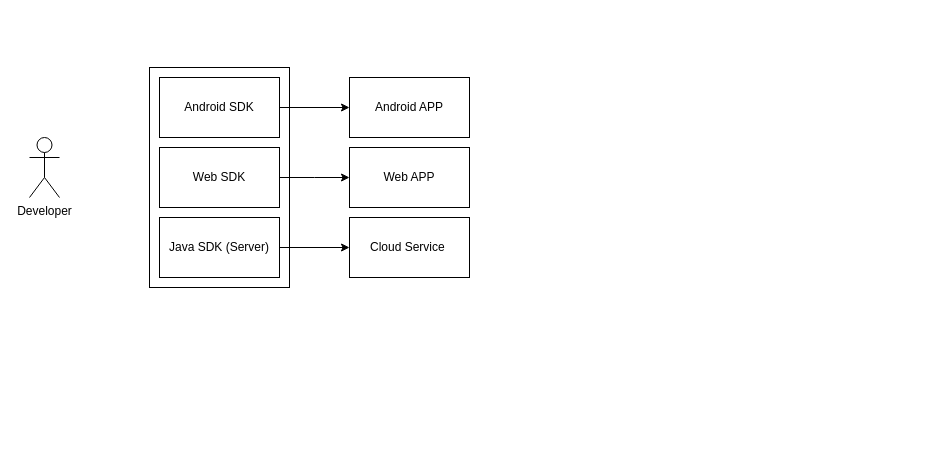
Above: 未命名绘图.drawio in luoyingwen/httptool (draw.io), before the change. Source tidied: cells renumbered, new cells numbered last; positions are measured from the earlier drawing's top-left corner, leaving out a move shared by most shapes. Both pictures are drawn from the tidied source at 100%, with x=0, y=0 at pixel (29, 67).
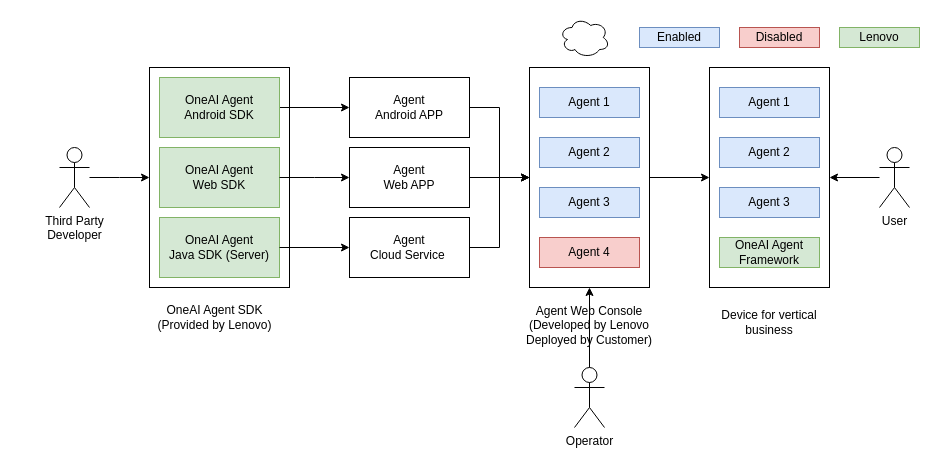
The same diagram, later.

Commit message (it also covers changes not shown here):
更新未命名绘图.drawio

The edit, as a diff of the source:
```diff
@@
+    <mxCell id="13" value="Operator" style="shape=umlActor;verticalLabelPosition=bottom;verticalAlign=top;html=1;outlineConnect=0;" parent="1" vertex="1">
+      <mxGeometry x="545" y="300" width="30" height="60" as="geometry" />
+    </mxCell>
@@
+    <mxCell id="14" style="edgeStyle=orthogonalEdgeStyle;rounded=0;jettySize=auto;html=1;" parent="1" edge="1" source="3">
+      <mxGeometry relative="1" as="geometry">
+        <mxPoint x="120" y="110" as="targetPoint" />
+      </mxGeometry>
+    </mxCell>
-    <mxCell id="3" value="Developer" style="shape=umlActor;verticalLabelPosition=bottom;verticalAlign=top;html=1;outlineConnect=0;" parent="1" vertex="1">
-      <mxGeometry y="70" width="30" height="60" as="geometry" />
+    <mxCell id="3" value="Third Party&lt;br&gt;Developer" style="shape=umlActor;verticalLabelPosition=bottom;verticalAlign=top;html=1;outlineConnect=0;" parent="1" vertex="1">
+      <mxGeometry x="30" y="80" width="30" height="60" as="geometry" />
     </mxCell>
@@
-    <mxCell id="5" value="Android SDK" style="rounded=0;whiteSpace=wrap;html=1;" parent="1" vertex="1">
+    <mxCell id="5" value="OneAI Agent&lt;div&gt;Android SDK&lt;/div&gt;" style="rounded=0;whiteSpace=wrap;html=1;fillColor=#d5e8d4;strokeColor=#82b366;" parent="1" vertex="1">
       <mxGeometry x="130" y="10" width="120" height="60" as="geometry" />
     </mxCell>
-    <mxCell id="6" value="Web SDK" style="rounded=0;whiteSpace=wrap;html=1;" parent="1" vertex="1">
+    <mxCell id="6" value="OneAI Agent&lt;br&gt;Web SDK" style="rounded=0;whiteSpace=wrap;html=1;fillColor=#d5e8d4;strokeColor=#82b366;" parent="1" vertex="1">
       <mxGeometry x="130" y="80" width="120" height="60" as="geometry" />
     </mxCell>
-    <mxCell id="7" value="Java SDK (Server)" style="rounded=0;whiteSpace=wrap;html=1;" parent="1" vertex="1">
+    <mxCell id="7" value="&lt;div&gt;OneAI Agent&lt;/div&gt;Java SDK (Server)" style="rounded=0;whiteSpace=wrap;html=1;fillColor=#d5e8d4;strokeColor=#82b366;" parent="1" vertex="1">
       <mxGeometry x="130" y="150" width="120" height="60" as="geometry" />
     </mxCell>
+    <mxCell id="15" style="edgeStyle=orthogonalEdgeStyle;rounded=0;jettySize=auto;html=1;" parent="1" edge="1" source="8" target="20">
+      <mxGeometry relative="1" as="geometry" />
+    </mxCell>
-    <mxCell id="8" value="Android APP" style="rounded=0;whiteSpace=wrap;html=1;" parent="1" vertex="1">
+    <mxCell id="8" value="Agent&lt;div&gt;Android APP&lt;/div&gt;" style="rounded=0;whiteSpace=wrap;html=1;" parent="1" vertex="1">
       <mxGeometry x="320" y="10" width="120" height="60" as="geometry" />
     </mxCell>
+    <mxCell id="16" style="edgeStyle=orthogonalEdgeStyle;rounded=0;jettySize=auto;html=1;" parent="1" edge="1" source="9" target="20">
+      <mxGeometry relative="1" as="geometry" />
+    </mxCell>
-    <mxCell id="9" value="Web APP" style="rounded=0;whiteSpace=wrap;html=1;" parent="1" vertex="1">
+    <mxCell id="9" value="&lt;div&gt;Agent&lt;/div&gt;Web APP" style="rounded=0;whiteSpace=wrap;html=1;" parent="1" vertex="1">
       <mxGeometry x="320" y="80" width="120" height="60" as="geometry" />
     </mxCell>
+    <mxCell id="17" style="edgeStyle=orthogonalEdgeStyle;rounded=0;jettySize=auto;html=1;" parent="1" edge="1" source="10" target="20">
+      <mxGeometry relative="1" as="geometry" />
+    </mxCell>
-    <mxCell id="10" value="Cloud Service&amp;nbsp;" style="rounded=0;whiteSpace=wrap;html=1;" parent="1" vertex="1">
+    <mxCell id="10" value="&lt;div&gt;Agent&lt;/div&gt;Cloud Service&amp;nbsp;" style="rounded=0;whiteSpace=wrap;html=1;" parent="1" vertex="1">
       <mxGeometry x="320" y="150" width="120" height="60" as="geometry" />
     </mxCell>
@@
+    <mxCell id="18" value="OneAI Agent SDK&lt;div&gt;(Provided by Lenovo)&lt;/div&gt;" style="text;html=1;align=center;verticalAlign=middle;whiteSpace=wrap;rounded=0;" parent="1" vertex="1">
+      <mxGeometry x="120" y="230" width="131" height="40" as="geometry" />
+    </mxCell>
+    <mxCell id="19" style="edgeStyle=orthogonalEdgeStyle;rounded=0;jettySize=auto;html=1;" parent="1" edge="1" source="20" target="22">
+      <mxGeometry relative="1" as="geometry" />
+    </mxCell>
+    <mxCell id="20" style="rounded=0;whiteSpace=wrap;html=1;" parent="1" vertex="1">
+      <mxGeometry x="500" width="120" height="220" as="geometry" />
+    </mxCell>
+    <mxCell id="21" value="Agent Web Console&lt;div&gt;(Developed by Lenovo&lt;/div&gt;&lt;div&gt;Deployed by Customer)&lt;/div&gt;" style="text;html=1;align=center;verticalAlign=middle;whiteSpace=wrap;rounded=0;" parent="1" vertex="1">
+      <mxGeometry x="490" y="230" width="140" height="55" as="geometry" />
+    </mxCell>
+    <mxCell id="22" style="rounded=0;whiteSpace=wrap;html=1;" parent="1" vertex="1">
+      <mxGeometry x="680" width="120" height="220" as="geometry" />
+    </mxCell>
+    <mxCell id="23" value="Agent 1" style="rounded=0;whiteSpace=wrap;html=1;fillColor=#dae8fc;strokeColor=#6c8ebf;" parent="1" vertex="1">
+      <mxGeometry x="510" y="20" width="100" height="30" as="geometry" />
+    </mxCell>
+    <mxCell id="24" value="Agent 2" style="rounded=0;whiteSpace=wrap;html=1;fillColor=#dae8fc;strokeColor=#6c8ebf;" parent="1" vertex="1">
+      <mxGeometry x="510" y="70" width="100" height="30" as="geometry" />
+    </mxCell>
+    <mxCell id="25" value="Agent 3" style="rounded=0;whiteSpace=wrap;html=1;fillColor=#dae8fc;strokeColor=#6c8ebf;" parent="1" vertex="1">
+      <mxGeometry x="510" y="120" width="100" height="30" as="geometry" />
+    </mxCell>
+    <mxCell id="26" value="Agent 4" style="rounded=0;whiteSpace=wrap;html=1;fillColor=#f8cecc;strokeColor=#b85450;" parent="1" vertex="1">
+      <mxGeometry x="510" y="170" width="100" height="30" as="geometry" />
+    </mxCell>
+    <mxCell id="27" style="edgeStyle=orthogonalEdgeStyle;rounded=0;jettySize=auto;html=1;" parent="1" edge="1" source="13">
+      <mxGeometry relative="1" as="geometry">
+        <mxPoint x="560" y="220" as="targetPoint" />
+      </mxGeometry>
+    </mxCell>
+    <mxCell id="28" style="edgeStyle=orthogonalEdgeStyle;rounded=0;jettySize=auto;html=1;" parent="1" edge="1" source="29" target="22">
+      <mxGeometry relative="1" as="geometry" />
+    </mxCell>
+    <mxCell id="29" value="User" style="shape=umlActor;verticalLabelPosition=bottom;verticalAlign=top;html=1;outlineConnect=0;" parent="1" vertex="1">
+      <mxGeometry x="850" y="80" width="30" height="60" as="geometry" />
+    </mxCell>
+    <mxCell id="30" style="ellipse;shape=cloud;whiteSpace=wrap;html=1;" parent="1" vertex="1">
+      <mxGeometry x="530" y="-50" width="50" height="40" as="geometry" />
+    </mxCell>
+    <mxCell id="31" value="Device for vertical business" style="text;html=1;align=center;verticalAlign=middle;whiteSpace=wrap;rounded=0;" parent="1" vertex="1">
+      <mxGeometry x="680" y="230" width="120" height="50" as="geometry" />
+    </mxCell>
+    <mxCell id="32" value="Agent 1" style="rounded=0;whiteSpace=wrap;html=1;fillColor=#dae8fc;strokeColor=#6c8ebf;" parent="1" vertex="1">
+      <mxGeometry x="690" y="20" width="100" height="30" as="geometry" />
+    </mxCell>
+    <mxCell id="33" value="Agent 2" style="rounded=0;whiteSpace=wrap;html=1;fillColor=#dae8fc;strokeColor=#6c8ebf;" parent="1" vertex="1">
+      <mxGeometry x="690" y="70" width="100" height="30" as="geometry" />
+    </mxCell>
+    <mxCell id="34" value="Agent 3" style="rounded=0;whiteSpace=wrap;html=1;fillColor=#dae8fc;strokeColor=#6c8ebf;" parent="1" vertex="1">
+      <mxGeometry x="690" y="120" width="100" height="30" as="geometry" />
+    </mxCell>
+    <mxCell id="35" value="OneAI Agent Framework" style="rounded=0;whiteSpace=wrap;html=1;fillColor=#d5e8d4;strokeColor=#82b366;" parent="1" vertex="1">
+      <mxGeometry x="690" y="170" width="100" height="30" as="geometry" />
+    </mxCell>
+    <mxCell id="36" value="Enabled" style="rounded=0;whiteSpace=wrap;html=1;fillColor=#dae8fc;strokeColor=#6c8ebf;" parent="1" vertex="1">
+      <mxGeometry x="610" y="-40" width="80" height="20" as="geometry" />
+    </mxCell>
+    <mxCell id="37" value="Disabled" style="rounded=0;whiteSpace=wrap;html=1;fillColor=#f8cecc;strokeColor=#b85450;" parent="1" vertex="1">
+      <mxGeometry x="710" y="-40" width="80" height="20" as="geometry" />
+    </mxCell>
+    <mxCell id="38" value="Lenovo" style="rounded=0;whiteSpace=wrap;html=1;fillColor=#d5e8d4;strokeColor=#82b366;" parent="1" vertex="1">
+      <mxGeometry x="810" y="-40" width="80" height="20" as="geometry" />
+    </mxCell>
```
